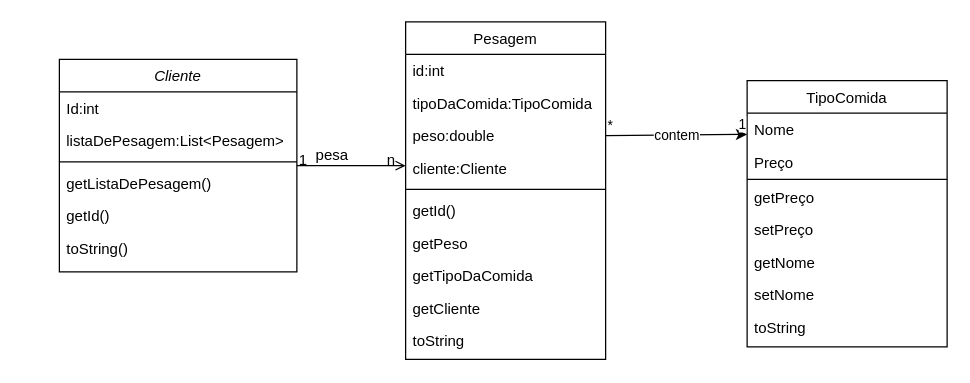
Above: UMLStarKilo.drawio in Eztrela/StarKilos (draw.io), before the change. Source tidied: cells renumbered, new cells numbered last; positions are measured from the earlier drawing's top-left corner, leaving out a move shared by most shapes. Both pictures are drawn from the tidied source at 125%, with x=0, y=0 at pixel (59, 21).
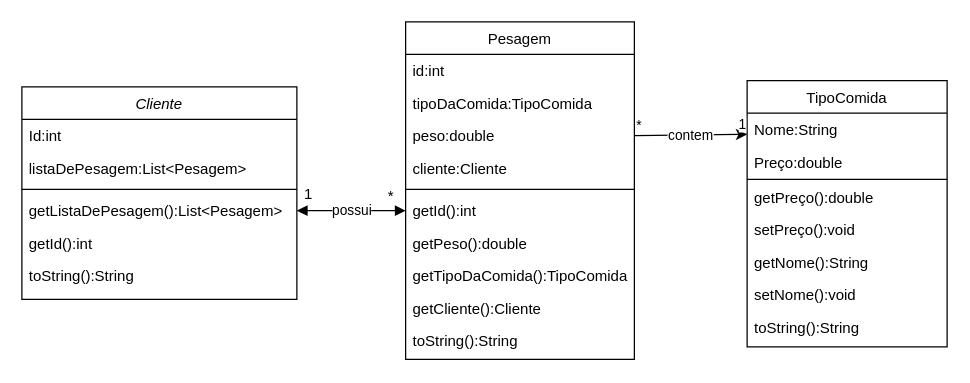
The same diagram, later.

Unchanged cells that the change refers to:
```xml
<mxCell id="9" value="TipoComida" style="swimlane;fontStyle=0;align=center;verticalAlign=top;horizontal=1;startSize=26;rounded=0;shadow=0;strokeWidth=1;" parent="1" vertex="1">
  <mxGeometry x="550.2" y="47" width="160" height="213" as="geometry" />
</mxCell>
```

The edit, as a diff of the source:
```diff
@@
     <mxCell id="2" value="Cliente" style="swimlane;fontStyle=2;align=center;verticalAlign=top;horizontal=1;startSize=26;rounded=0;shadow=0;strokeWidth=1;" parent="1" vertex="1">
-      <mxGeometry y="30" width="190" height="170" as="geometry" />
+      <mxGeometry x="-30" y="52" width="220" height="170" as="geometry" />
     </mxCell>
     <mxCell id="3" value="Id:int" style="text;align=left;verticalAlign=top;spacingLeft=4;spacingRight=4;overflow=hidden;" parent="2" vertex="1">
-      <mxGeometry y="26" width="190" height="26" as="geometry" />
+      <mxGeometry y="26" width="220" height="26" as="geometry" />
     </mxCell>
     <mxCell id="4" value="listaDePesagem:List&lt;Pesagem&gt;" style="text;align=left;verticalAlign=top;spacingLeft=4;spacingRight=4;overflow=hidden;rounded=0;shadow=0;html=0;" parent="2" vertex="1">
-      <mxGeometry y="52" width="190" height="26" as="geometry" />
+      <mxGeometry y="52" width="220" height="26" as="geometry" />
     </mxCell>
     <mxCell id="5" style="line;html=1;strokeWidth=1;align=left;verticalAlign=middle;spacingTop=-1;spacingLeft=3;spacingRight=3;labelPosition=right;" parent="2" vertex="1">
-      <mxGeometry y="78" width="190" height="8" as="geometry" />
+      <mxGeometry y="78" width="220" height="8" as="geometry" />
     </mxCell>
-    <mxCell id="6" value="getListaDePesagem()" style="text;align=left;verticalAlign=top;spacingLeft=4;spacingRight=4;overflow=hidden;points=[[0,0.5],[1,0.5]];portConstraint=eastwest;" parent="2" vertex="1">
-      <mxGeometry y="86" width="190" height="26" as="geometry" />
+    <mxCell id="6" value="getListaDePesagem():List&lt;Pesagem&gt;" style="text;align=left;verticalAlign=top;spacingLeft=4;spacingRight=4;overflow=hidden;points=[[0,0.5],[1,0.5]];portConstraint=eastwest;" parent="2" vertex="1">
+      <mxGeometry y="86" width="220" height="26" as="geometry" />
     </mxCell>
-    <mxCell id="7" value="getId()" style="text;align=left;verticalAlign=top;spacingLeft=4;spacingRight=4;overflow=hidden;" parent="2" vertex="1">
-      <mxGeometry y="112" width="190" height="26" as="geometry" />
+    <mxCell id="7" value="getId():int" style="text;align=left;verticalAlign=top;spacingLeft=4;spacingRight=4;overflow=hidden;" parent="2" vertex="1">
+      <mxGeometry y="112" width="220" height="26" as="geometry" />
     </mxCell>
-    <mxCell id="8" value="toString()" style="text;align=left;verticalAlign=top;spacingLeft=4;spacingRight=4;overflow=hidden;" parent="2" vertex="1">
-      <mxGeometry y="138" width="190" height="26" as="geometry" />
+    <mxCell id="8" value="toString():String" style="text;align=left;verticalAlign=top;spacingLeft=4;spacingRight=4;overflow=hidden;" parent="2" vertex="1">
+      <mxGeometry y="138" width="220" height="26" as="geometry" />
     </mxCell>
@@
-    <mxCell id="10" value="Nome" style="text;align=left;verticalAlign=top;spacingLeft=4;spacingRight=4;overflow=hidden;" parent="9" vertex="1">
+    <mxCell id="10" value="Nome:String" style="text;align=left;verticalAlign=top;spacingLeft=4;spacingRight=4;overflow=hidden;" parent="9" vertex="1">
       <mxGeometry y="26" width="160" height="26" as="geometry" />
     </mxCell>
-    <mxCell id="11" value="Preço" style="text;align=left;verticalAlign=top;spacingLeft=4;spacingRight=4;overflow=hidden;" parent="9" vertex="1">
+    <mxCell id="11" value="Preço:double" style="text;align=left;verticalAlign=top;spacingLeft=4;spacingRight=4;overflow=hidden;" parent="9" vertex="1">
       <mxGeometry y="52" width="160" height="26" as="geometry" />
     </mxCell>
@@
-    <mxCell id="13" value="getPreço" style="text;align=left;verticalAlign=top;spacingLeft=4;spacingRight=4;overflow=hidden;" parent="9" vertex="1">
+    <mxCell id="13" value="getPreço():double" style="text;align=left;verticalAlign=top;spacingLeft=4;spacingRight=4;overflow=hidden;" parent="9" vertex="1">
       <mxGeometry y="80" width="160" height="26" as="geometry" />
     </mxCell>
-    <mxCell id="14" value="setPreço" style="text;align=left;verticalAlign=top;spacingLeft=4;spacingRight=4;overflow=hidden;" parent="9" vertex="1">
+    <mxCell id="14" value="setPreço():void" style="text;align=left;verticalAlign=top;spacingLeft=4;spacingRight=4;overflow=hidden;" parent="9" vertex="1">
       <mxGeometry y="106" width="160" height="26" as="geometry" />
     </mxCell>
-    <mxCell id="15" value="getNome" style="text;align=left;verticalAlign=top;spacingLeft=4;spacingRight=4;overflow=hidden;" parent="9" vertex="1">
+    <mxCell id="15" value="getNome():String" style="text;align=left;verticalAlign=top;spacingLeft=4;spacingRight=4;overflow=hidden;" parent="9" vertex="1">
       <mxGeometry y="132" width="160" height="26" as="geometry" />
     </mxCell>
-    <mxCell id="16" value="setNome" style="text;align=left;verticalAlign=top;spacingLeft=4;spacingRight=4;overflow=hidden;" parent="9" vertex="1">
+    <mxCell id="16" value="setNome():void" style="text;align=left;verticalAlign=top;spacingLeft=4;spacingRight=4;overflow=hidden;" parent="9" vertex="1">
       <mxGeometry y="158" width="160" height="26" as="geometry" />
     </mxCell>
-    <mxCell id="17" value="toString" style="text;align=left;verticalAlign=top;spacingLeft=4;spacingRight=4;overflow=hidden;" parent="9" vertex="1">
+    <mxCell id="17" value="toString():String" style="text;align=left;verticalAlign=top;spacingLeft=4;spacingRight=4;overflow=hidden;" parent="9" vertex="1">
       <mxGeometry y="184" width="160" height="26" as="geometry" />
     </mxCell>
     <mxCell id="18" value="Pesagem" style="swimlane;fontStyle=0;align=center;verticalAlign=top;horizontal=1;startSize=26;rounded=0;shadow=0;strokeWidth=1;" parent="1" vertex="1">
-      <mxGeometry x="277" width="160" height="270" as="geometry" />
+      <mxGeometry x="277" width="183" height="270" as="geometry" />
     </mxCell>
     <mxCell id="19" value="id:int" style="text;align=left;verticalAlign=top;spacingLeft=4;spacingRight=4;overflow=hidden;" parent="18" vertex="1">
-      <mxGeometry y="26" width="160" height="26" as="geometry" />
+      <mxGeometry y="26" width="183" height="26" as="geometry" />
     </mxCell>
     <mxCell id="20" value="tipoDaComida:TipoComida" style="text;align=left;verticalAlign=top;spacingLeft=4;spacingRight=4;overflow=hidden;rounded=0;shadow=0;html=0;" parent="18" vertex="1">
-      <mxGeometry y="52" width="160" height="26" as="geometry" />
+      <mxGeometry y="52" width="183" height="26" as="geometry" />
     </mxCell>
     <mxCell id="21" value="peso:double" style="text;align=left;verticalAlign=top;spacingLeft=4;spacingRight=4;overflow=hidden;points=[[0,0.5],[1,0.5]];portConstraint=eastwest;rounded=0;shadow=0;html=0;" parent="18" vertex="1">
-      <mxGeometry y="78" width="160" height="26" as="geometry" />
+      <mxGeometry y="78" width="183" height="26" as="geometry" />
     </mxCell>
     <mxCell id="22" value="cliente:Cliente" style="text;align=left;verticalAlign=top;spacingLeft=4;spacingRight=4;overflow=hidden;rounded=0;shadow=0;html=0;" parent="18" vertex="1">
-      <mxGeometry y="104" width="160" height="26" as="geometry" />
+      <mxGeometry y="104" width="183" height="26" as="geometry" />
     </mxCell>
     <mxCell id="23" style="line;html=1;strokeWidth=1;align=left;verticalAlign=middle;spacingTop=-1;spacingLeft=3;spacingRight=3;labelPosition=right;" parent="18" vertex="1">
-      <mxGeometry y="130" width="160" height="8" as="geometry" />
+      <mxGeometry y="130" width="183" height="8" as="geometry" />
     </mxCell>
-    <mxCell id="24" value="getId()" style="text;align=left;verticalAlign=top;spacingLeft=4;spacingRight=4;overflow=hidden;points=[[0,0.5],[1,0.5]];portConstraint=eastwest;" parent="18" vertex="1">
-      <mxGeometry y="138" width="160" height="26" as="geometry" />
+    <mxCell id="24" value="getId():int" style="text;align=left;verticalAlign=top;spacingLeft=4;spacingRight=4;overflow=hidden;points=[[0,0.5],[1,0.5]];portConstraint=eastwest;" parent="18" vertex="1">
+      <mxGeometry y="138" width="183" height="26" as="geometry" />
     </mxCell>
-    <mxCell id="25" value="getPeso" style="text;align=left;verticalAlign=top;spacingLeft=4;spacingRight=4;overflow=hidden;" parent="18" vertex="1">
-      <mxGeometry y="164" width="160" height="26" as="geometry" />
+    <mxCell id="25" value="getPeso():double" style="text;align=left;verticalAlign=top;spacingLeft=4;spacingRight=4;overflow=hidden;" parent="18" vertex="1">
+      <mxGeometry y="164" width="183" height="26" as="geometry" />
     </mxCell>
-    <mxCell id="26" value="getTipoDaComida" style="text;align=left;verticalAlign=top;spacingLeft=4;spacingRight=4;overflow=hidden;" parent="18" vertex="1">
-      <mxGeometry y="190" width="160" height="26" as="geometry" />
+    <mxCell id="26" value="getTipoDaComida():TipoComida" style="text;align=left;verticalAlign=top;spacingLeft=4;spacingRight=4;overflow=hidden;" parent="18" vertex="1">
+      <mxGeometry y="190" width="183" height="26" as="geometry" />
     </mxCell>
-    <mxCell id="27" value="getCliente" style="text;align=left;verticalAlign=top;spacingLeft=4;spacingRight=4;overflow=hidden;" parent="18" vertex="1">
-      <mxGeometry y="216" width="160" height="26" as="geometry" />
+    <mxCell id="27" value="getCliente():Cliente" style="text;align=left;verticalAlign=top;spacingLeft=4;spacingRight=4;overflow=hidden;" parent="18" vertex="1">
+      <mxGeometry y="216" width="183" height="26" as="geometry" />
     </mxCell>
-    <mxCell id="28" value="toString" style="text;align=left;verticalAlign=top;spacingLeft=4;spacingRight=4;overflow=hidden;" parent="18" vertex="1">
-      <mxGeometry y="242" width="160" height="26" as="geometry" />
+    <mxCell id="28" value="toString():String" style="text;align=left;verticalAlign=top;spacingLeft=4;spacingRight=4;overflow=hidden;" parent="18" vertex="1">
+      <mxGeometry y="242" width="183" height="26" as="geometry" />
     </mxCell>
-    <mxCell id="29" style="endArrow=open;shadow=0;strokeWidth=1;rounded=0;endFill=1;edgeStyle=elbowEdgeStyle;elbow=vertical;" parent="1" edge="1" source="2" target="18">
-      <mxGeometry x="0.5" y="41" relative="1" as="geometry">
-        <mxPoint x="-40" y="32" as="offset" />
-      </mxGeometry>
-    </mxCell>
-    <mxCell id="30" value="1" style="align=left;verticalAlign=bottom;labelBackgroundColor=none;fontSize=12;" parent="29" vertex="1">
-      <mxGeometry x="-1" relative="1" as="geometry">
-        <mxPoint y="4" as="offset" />
-      </mxGeometry>
-    </mxCell>
-    <mxCell id="31" value="n" style="align=right;verticalAlign=bottom;labelBackgroundColor=none;fontSize=12;" parent="29" vertex="1">
-      <mxGeometry x="1" relative="1" as="geometry">
-        <mxPoint x="-7" y="4" as="offset" />
-      </mxGeometry>
-    </mxCell>
-    <mxCell id="32" value="pesa" style="text;html=1;align=center;verticalAlign=middle;labelBackgroundColor=none;rounded=0;shadow=0;strokeWidth=1;fontSize=12;" parent="29" vertex="1">
-      <mxGeometry x="0.5" y="49" relative="1" as="geometry">
-        <mxPoint x="-38" y="40" as="offset" />
-      </mxGeometry>
-    </mxCell>
@@
+    <mxCell id="37" value="possui" style="endArrow=block;startArrow=block;endFill=1;startFill=1;html=1;rounded=0;exitX=1;exitY=0.5;exitDx=0;exitDy=0;entryX=0;entryY=0.5;entryDx=0;entryDy=0;" parent="1" edge="1" source="6" target="24">
+      <mxGeometry relative="1" as="geometry" />
+    </mxCell>
+    <mxCell id="38" value="*" style="text;html=1;align=center;verticalAlign=middle;strokeColor=none;fillColor=none;" parent="1" vertex="1">
+      <mxGeometry x="250" y="125" width="30" height="30" as="geometry" />
+    </mxCell>
+    <mxCell id="30" value="1" style="text;html=1;align=center;verticalAlign=middle;strokeColor=none;fillColor=none;" parent="1" vertex="1">
+      <mxGeometry x="184" y="123" width="30" height="30" as="geometry" />
+    </mxCell>
```
